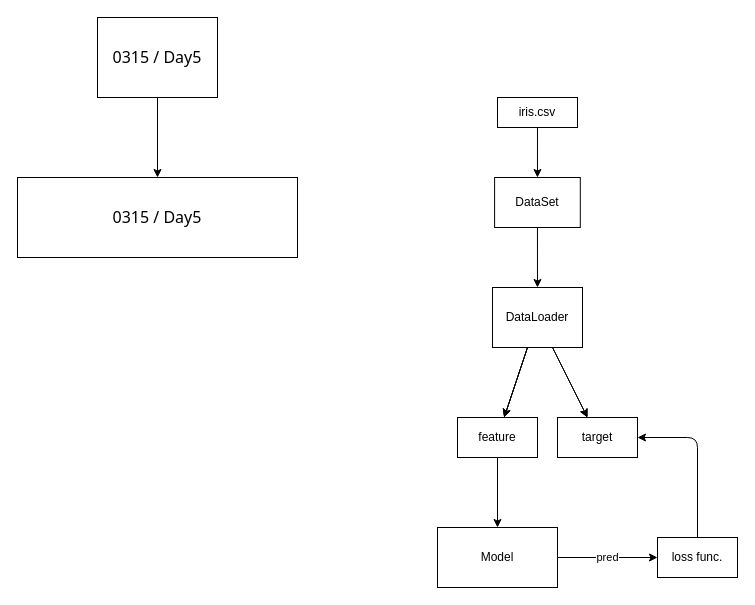
zeeenoo11/KDT5_Notes keeps this draw.io diagram as EXAM_DL/DAY5_Fri/E00_map.drawio. Above is the earlier version. Source tidied: cells renumbered, new cells numbered last; positions are measured from the earlier drawing's top-left corner, leaving out a move shared by most shapes. Both pictures are drawn from the tidied source at 100%, with x=0, y=0 at pixel (17, 17).
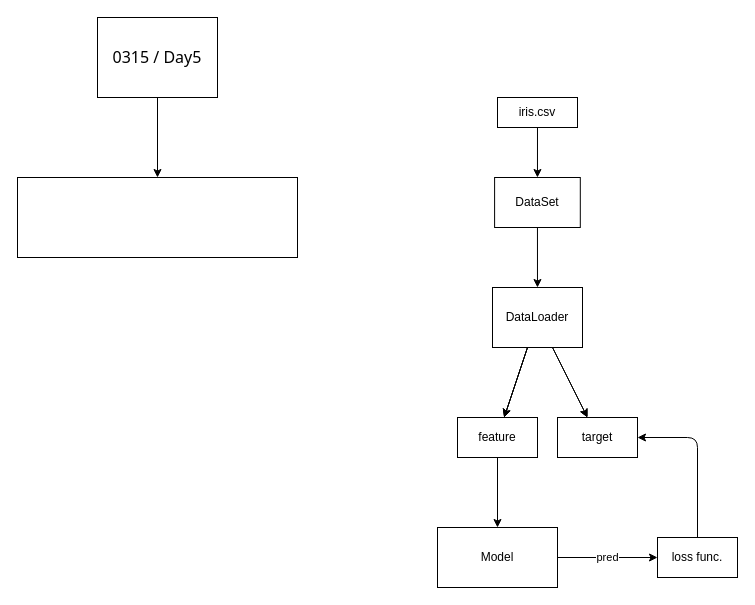
Above is the later version.

Commit message (it also covers changes not shown here):
그래프 모델 크기 조정

Change to the diagram source:
```diff
@@
-    <mxCell id="4" value="&lt;font size=&quot;3&quot; face=&quot;Tahoma&quot;&gt;0315 / Day5&lt;/font&gt;" style="whiteSpace=wrap;html=1;" parent="1" vertex="1">
+    <mxCell id="4" style="whiteSpace=wrap;html=1;" parent="1" vertex="1">
       <mxGeometry y="160" width="280" height="80" as="geometry" />
     </mxCell>
```
